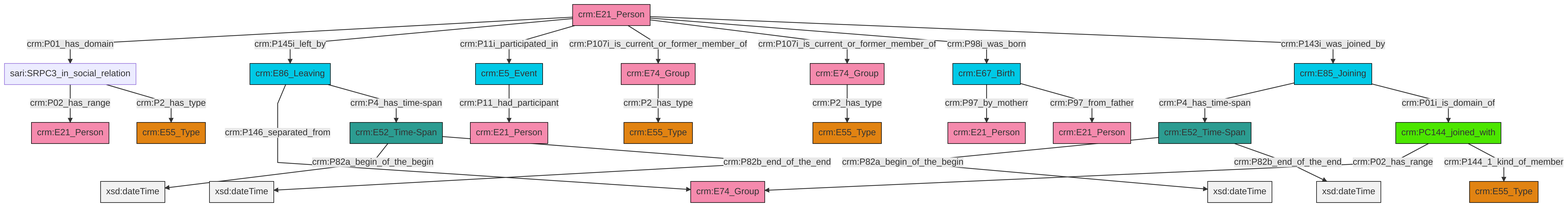
Earlier version of the Mermaid export et/personCSV/ttl/mmd/png/Person_Actor_Relations.png (swiss-art-research-net/reference-data-models). Its source is kept beside it as et/personCSV/ttl/mmd/Person_Actor_Relations.ttl.mmd.
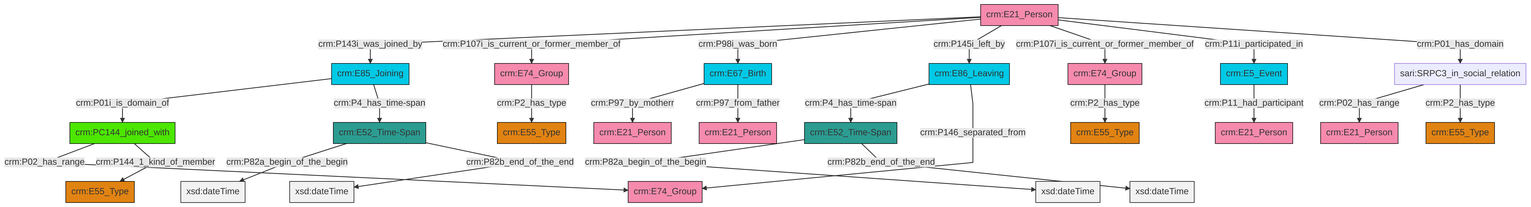
Above is the later version.

Diff of the diagram source:
```diff
@@ -13,27 +13,27 @@
 classDef PC_Classes fill:#4ce600, stroke:#000000;
 classDef Multi fill:#cccccc,stroke:#000000;
 
-0["crm:E21_Person"]:::Actor -->|crm:P01_has_domain| 1["sari:SRPC3_in_social_relation"]:::Default
-2["crm:E5_Event"]:::Temporal_Entity -->|crm:P11_had_participant| 3["crm:E21_Person"]:::Actor
-5["crm:E85_Joining"]:::Temporal_Entity -->|crm:P4_has_time-span| 6["crm:E52_Time-Span"]:::Time-Span
-7["crm:PC144_joined_with"]:::PC_Classes -->|crm:P02_has_range| 8["crm:E74_Group"]:::Actor
-0["crm:E21_Person"]:::Actor -->|crm:P145i_left_by| 9["crm:E86_Leaving"]:::Temporal_Entity
-10["crm:E74_Group"]:::Actor -->|crm:P2_has_type| 11["crm:E55_Type"]:::Type
-1["sari:SRPC3_in_social_relation"]:::Default -->|crm:P02_has_range| 12["crm:E21_Person"]:::Actor
-5["crm:E85_Joining"]:::Temporal_Entity -->|crm:P01i_is_domain_of| 7["crm:PC144_joined_with"]:::PC_Classes
-14["crm:E52_Time-Span"]:::Time-Span -->|crm:P82a_begin_of_the_begin| 15[xsd:dateTime]:::Literal
-9["crm:E86_Leaving"]:::Temporal_Entity -->|crm:P146_separated_from| 8["crm:E74_Group"]:::Actor
-9["crm:E86_Leaving"]:::Temporal_Entity -->|crm:P4_has_time-span| 14["crm:E52_Time-Span"]:::Time-Span
-0["crm:E21_Person"]:::Actor -->|crm:P11i_participated_in| 2["crm:E5_Event"]:::Temporal_Entity
-6["crm:E52_Time-Span"]:::Time-Span -->|crm:P82a_begin_of_the_begin| 30[xsd:dateTime]:::Literal
-0["crm:E21_Person"]:::Actor -->|crm:P107i_is_current_or_former_member_of| 10["crm:E74_Group"]:::Actor
-32["crm:E67_Birth"]:::Temporal_Entity -->|crm:P97_by_motherr| 21["crm:E21_Person"]:::Actor
-0["crm:E21_Person"]:::Actor -->|crm:P107i_is_current_or_former_member_of| 16["crm:E74_Group"]:::Actor
-7["crm:PC144_joined_with"]:::PC_Classes -->|crm:P144_1_kind_of_member| 27["crm:E55_Type"]:::Type
-16["crm:E74_Group"]:::Actor -->|crm:P2_has_type| 19["crm:E55_Type"]:::Type
-0["crm:E21_Person"]:::Actor -->|crm:P98i_was_born| 32["crm:E67_Birth"]:::Temporal_Entity
-32["crm:E67_Birth"]:::Temporal_Entity -->|crm:P97_from_father| 25["crm:E21_Person"]:::Actor
-1["sari:SRPC3_in_social_relation"]:::Default -->|crm:P2_has_type| 23["crm:E55_Type"]:::Type
-6["crm:E52_Time-Span"]:::Time-Span -->|crm:P82b_end_of_the_end| 39[xsd:dateTime]:::Literal
-0["crm:E21_Person"]:::Actor -->|crm:P143i_was_joined_by| 5["crm:E85_Joining"]:::Temporal_Entity
-14["crm:E52_Time-Span"]:::Time-Span -->|crm:P82b_end_of_the_end| 46[xsd:dateTime]:::Literal
+4["sari:SRPC3_in_social_relation"]:::Default -->|crm:P02_has_range| 6["crm:E21_Person"]:::Actor
+9["crm:E67_Birth"]:::Temporal_Entity -->|crm:P97_by_motherr| 10["crm:E21_Person"]:::Actor
+0["crm:E21_Person"]:::Actor -->|crm:P143i_was_joined_by| 11["crm:E85_Joining"]:::Temporal_Entity
+0["crm:E21_Person"]:::Actor -->|crm:P107i_is_current_or_former_member_of| 13["crm:E74_Group"]:::Actor
+18["crm:E5_Event"]:::Temporal_Entity -->|crm:P11_had_participant| 19["crm:E21_Person"]:::Actor
+0["crm:E21_Person"]:::Actor -->|crm:P98i_was_born| 9["crm:E67_Birth"]:::Temporal_Entity
+21["crm:E52_Time-Span"]:::Time-Span -->|crm:P82a_begin_of_the_begin| 22[xsd:dateTime]:::Literal
+28["crm:E86_Leaving"]:::Temporal_Entity -->|crm:P4_has_time-span| 14["crm:E52_Time-Span"]:::Time-Span
+21["crm:E52_Time-Span"]:::Time-Span -->|crm:P82b_end_of_the_end| 29[xsd:dateTime]:::Literal
+0["crm:E21_Person"]:::Actor -->|crm:P145i_left_by| 28["crm:E86_Leaving"]:::Temporal_Entity
+16["crm:PC144_joined_with"]:::PC_Classes -->|crm:P02_has_range| 30["crm:E74_Group"]:::Actor
+14["crm:E52_Time-Span"]:::Time-Span -->|crm:P82a_begin_of_the_begin| 31[xsd:dateTime]:::Literal
+16["crm:PC144_joined_with"]:::PC_Classes -->|crm:P144_1_kind_of_member| 24["crm:E55_Type"]:::Type
+7["crm:E74_Group"]:::Actor -->|crm:P2_has_type| 33["crm:E55_Type"]:::Type
+0["crm:E21_Person"]:::Actor -->|crm:P107i_is_current_or_former_member_of| 7["crm:E74_Group"]:::Actor
+14["crm:E52_Time-Span"]:::Time-Span -->|crm:P82b_end_of_the_end| 40[xsd:dateTime]:::Literal
+13["crm:E74_Group"]:::Actor -->|crm:P2_has_type| 2["crm:E55_Type"]:::Type
+0["crm:E21_Person"]:::Actor -->|crm:P11i_participated_in| 18["crm:E5_Event"]:::Temporal_Entity
+28["crm:E86_Leaving"]:::Temporal_Entity -->|crm:P146_separated_from| 30["crm:E74_Group"]:::Actor
+4["sari:SRPC3_in_social_relation"]:::Default -->|crm:P2_has_type| 41["crm:E55_Type"]:::Type
+11["crm:E85_Joining"]:::Temporal_Entity -->|crm:P01i_is_domain_of| 16["crm:PC144_joined_with"]:::PC_Classes
+0["crm:E21_Person"]:::Actor -->|crm:P01_has_domain| 4["sari:SRPC3_in_social_relation"]:::Default
+11["crm:E85_Joining"]:::Temporal_Entity -->|crm:P4_has_time-span| 21["crm:E52_Time-Span"]:::Time-Span
+9["crm:E67_Birth"]:::Temporal_Entity -->|crm:P97_from_father| 38["crm:E21_Person"]:::Actor
```
